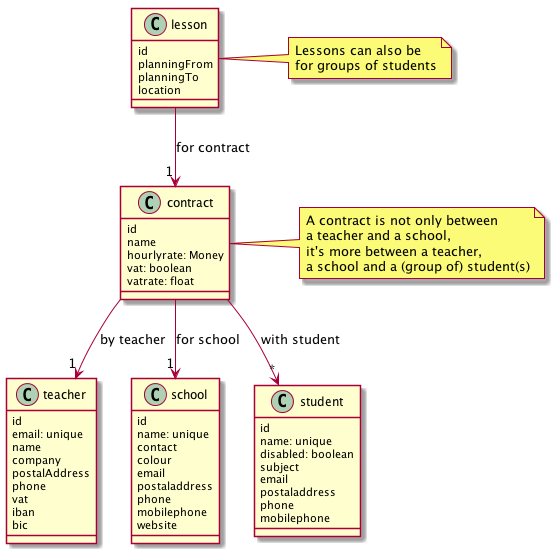
Above: docs/model.2.x.png in dcoraboeuf/iteach-1.0.x (PlantUML), before the change.
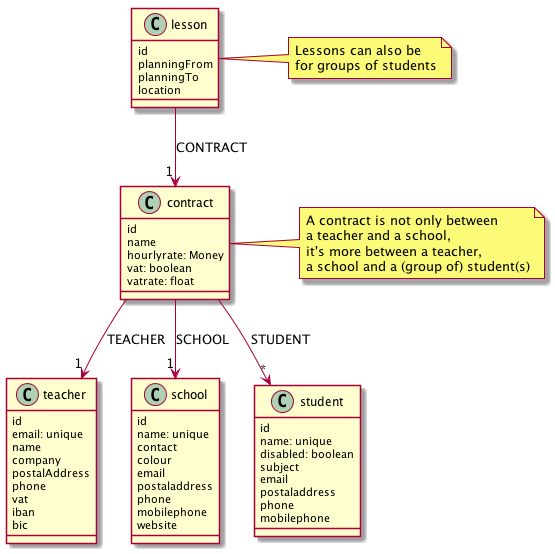
The same file after the commit.

Commit message:
Model 2.x - using Neo4j relationship names (image)

The edit, as a diff of the source:
```diff
@@ -50,11 +50,11 @@
     location
 }
 
-contract --> "1" school: for school
-contract --> "1" teacher: by teacher
-contract --> "*" student: with student
+contract --> "1" school: SCHOOL
+contract --> "1" teacher: TEACHER
+contract --> "*" student: STUDENT
 
-lesson --> "1" contract: for contract
+lesson --> "1" contract: CONTRACT
 
 note right of lesson
     Lessons can also be
```
